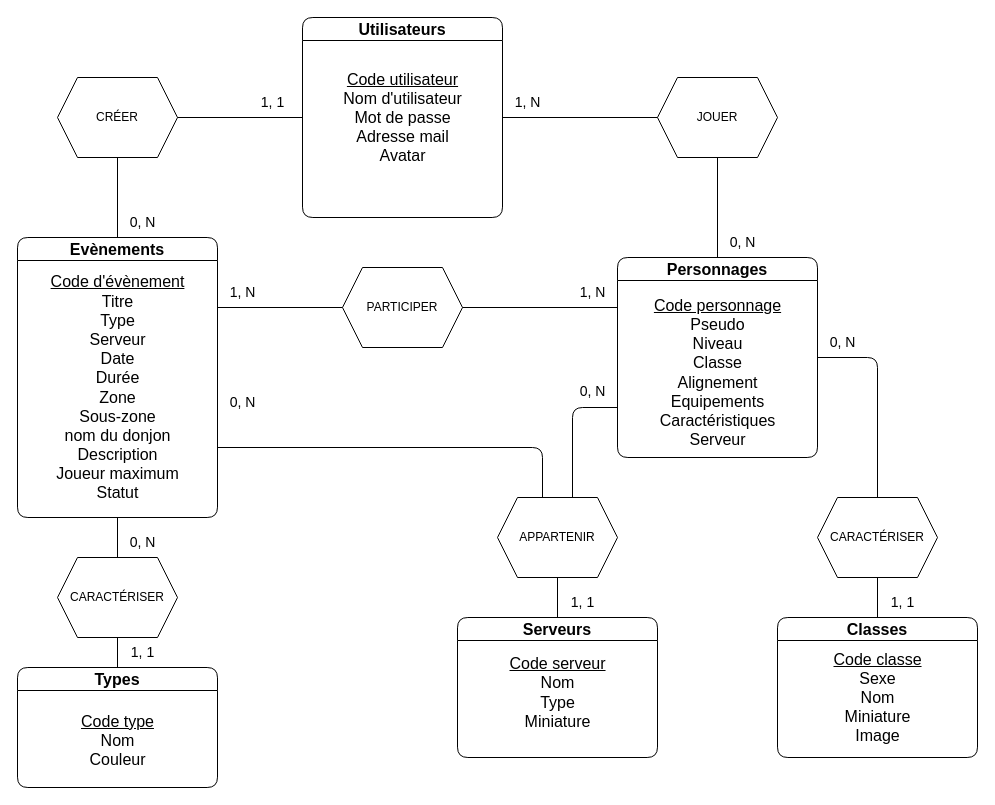
Before: docs/database/MCD.drawio in AlexandreDejour/DofusGroup, a draw.io diagram. Source tidied: cells renumbered, new cells numbered last; positions are measured from the earlier drawing's top-left corner, leaving out a move shared by most shapes. Both pictures are drawn from the tidied source at 100%, with x=0, y=0 at pixel (17, 17).
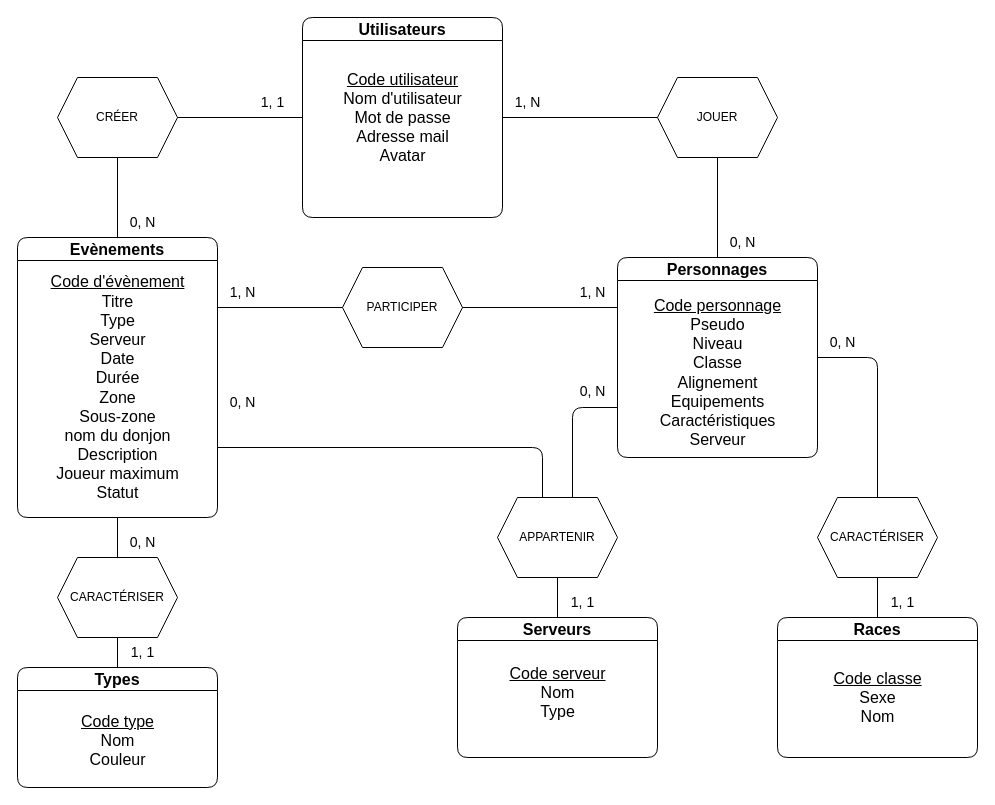
The same diagram, later.

The change refers to these unchanged cells:
```xml
<mxCell id="12" value="&lt;font style=&quot;font-size: 16px;&quot;&gt;Serveurs&lt;/font&gt;" style="swimlane;whiteSpace=wrap;html=1;startSize=23;rounded=1;fillStyle=auto;fillColor=default;" parent="1" vertex="1">
  <mxGeometry x="440" y="600" width="200" height="140" as="geometry" />
</mxCell>
```

What changed in the source:
```diff
@@
-    <mxCell id="10" value="&lt;font style=&quot;font-size: 16px;&quot;&gt;Classes&lt;/font&gt;" style="swimlane;whiteSpace=wrap;html=1;rounded=1;" parent="1" vertex="1">
+    <mxCell id="10" value="&lt;font style=&quot;font-size: 16px;&quot;&gt;Races&lt;/font&gt;" style="swimlane;whiteSpace=wrap;html=1;rounded=1;" parent="1" vertex="1">
       <mxGeometry x="760" y="600" width="200" height="140" as="geometry" />
     </mxCell>
-    <mxCell id="11" value="&lt;span style=&quot;font-size: 16px;&quot;&gt;&lt;u&gt;Code classe&lt;/u&gt;&lt;/span&gt;&lt;div&gt;&lt;span style=&quot;font-size: 16px;&quot;&gt;Sexe&lt;br&gt;&lt;/span&gt;&lt;div&gt;&lt;span style=&quot;font-size: 16px;&quot;&gt;Nom&lt;/span&gt;&lt;/div&gt;&lt;div&gt;&lt;span style=&quot;font-size: 16px;&quot;&gt;Miniature&lt;/span&gt;&lt;/div&gt;&lt;/div&gt;&lt;div&gt;&lt;span style=&quot;font-size: 16px;&quot;&gt;Image&lt;/span&gt;&lt;/div&gt;" style="text;html=1;align=center;verticalAlign=middle;strokeColor=none;fillColor=none;" parent="10" vertex="1">
-      <mxGeometry x="45" y="25" width="110" height="110" as="geometry" />
+    <mxCell id="11" value="&lt;span style=&quot;font-size: 16px;&quot;&gt;&lt;u&gt;Code classe&lt;/u&gt;&lt;/span&gt;&lt;div&gt;&lt;span style=&quot;font-size: 16px;&quot;&gt;Sexe&lt;br&gt;&lt;/span&gt;&lt;div&gt;&lt;span style=&quot;font-size: 16px;&quot;&gt;Nom&lt;/span&gt;&lt;/div&gt;&lt;/div&gt;" style="text;html=1;align=center;verticalAlign=middle;strokeColor=none;fillColor=none;" parent="10" vertex="1">
+      <mxGeometry x="45" y="45" width="110" height="70" as="geometry" />
     </mxCell>
@@
-    <mxCell id="13" value="&lt;span style=&quot;font-size: 16px;&quot;&gt;&lt;u&gt;Code serveur&lt;/u&gt;&lt;/span&gt;&lt;div&gt;&lt;span style=&quot;font-size: 16px;&quot;&gt;Nom&lt;/span&gt;&lt;/div&gt;&lt;div&gt;&lt;span style=&quot;font-size: 16px;&quot;&gt;Type&lt;/span&gt;&lt;/div&gt;&lt;div&gt;&lt;span style=&quot;font-size: 16px;&quot;&gt;Miniature&lt;/span&gt;&lt;/div&gt;" style="text;html=1;align=center;verticalAlign=middle;strokeColor=none;fillColor=none;" parent="12" vertex="1">
-      <mxGeometry x="40" y="30" width="120" height="90" as="geometry" />
+    <mxCell id="13" value="&lt;span style=&quot;font-size: 16px;&quot;&gt;&lt;u&gt;Code serveur&lt;/u&gt;&lt;/span&gt;&lt;div&gt;&lt;span style=&quot;font-size: 16px;&quot;&gt;Nom&lt;/span&gt;&lt;/div&gt;&lt;div&gt;&lt;span style=&quot;font-size: 16px;&quot;&gt;Type&lt;/span&gt;&lt;/div&gt;" style="text;html=1;align=center;verticalAlign=middle;strokeColor=none;fillColor=none;" parent="12" vertex="1">
+      <mxGeometry x="40" y="40" width="120" height="70" as="geometry" />
     </mxCell>
```
